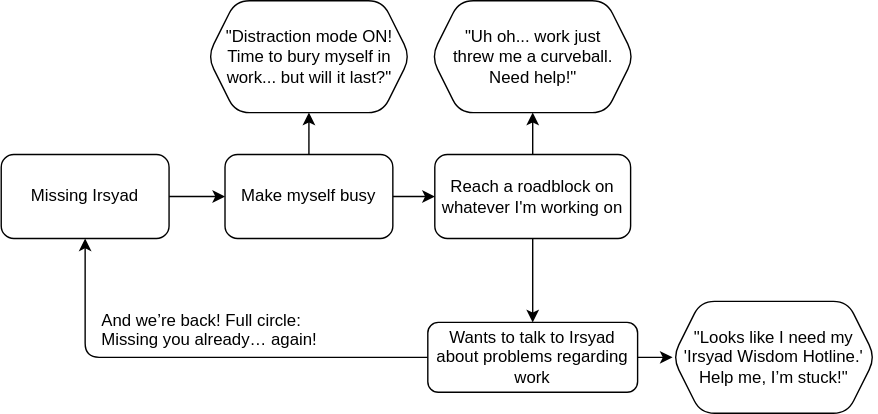
This is Untitled Diagram.drawio.svg from MaryVII/Flowchart, a draw.io export, as it was before one commit. Source tidied: cells renumbered, new cells last; positions are measured from the earlier drawing's top-left corner, leaving out a move shared by most shapes.
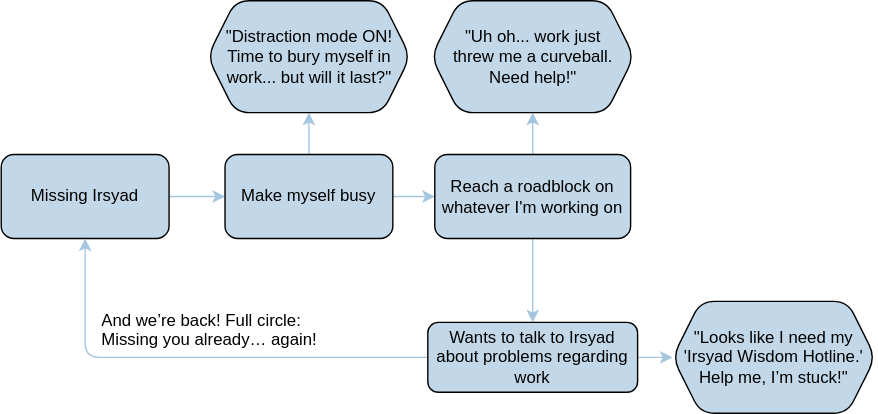
After the change.

The edit, as a diff of the source:
```diff
@@ -2,49 +2,49 @@
   <root>
     <mxCell id="0" />
     <mxCell id="1" parent="0" />
-    <mxCell id="2" style="edgeStyle=orthogonalEdgeStyle;rounded=1;jettySize=auto;html=1;labelBackgroundColor=none;fontColor=default;" parent="1" edge="1" source="3" target="6">
+    <mxCell id="2" style="edgeStyle=orthogonalEdgeStyle;rounded=1;jettySize=auto;html=1;labelBackgroundColor=none;fontColor=default;strokeColor=#23445D;" parent="1" edge="1" source="3" target="6">
       <mxGeometry relative="1" as="geometry" />
     </mxCell>
-    <mxCell id="3" value="Missing Irsyad" style="rounded=1;whiteSpace=wrap;html=1;labelBackgroundColor=none;" parent="1" vertex="1">
+    <mxCell id="3" value="Missing Irsyad" style="rounded=1;whiteSpace=wrap;html=1;labelBackgroundColor=none;fillColor=#182E3E;strokeColor=#FFFFFF;fontColor=#FFFFFF;" parent="1" vertex="1">
       <mxGeometry y="110" width="120" height="60" as="geometry" />
     </mxCell>
-    <mxCell id="4" style="edgeStyle=orthogonalEdgeStyle;rounded=1;jettySize=auto;html=1;labelBackgroundColor=none;fontColor=default;" parent="1" edge="1" source="6" target="9">
+    <mxCell id="4" style="edgeStyle=orthogonalEdgeStyle;rounded=1;jettySize=auto;html=1;labelBackgroundColor=none;fontColor=default;strokeColor=#23445D;" parent="1" edge="1" source="6" target="9">
       <mxGeometry relative="1" as="geometry" />
     </mxCell>
-    <mxCell id="5" style="edgeStyle=orthogonalEdgeStyle;rounded=1;jettySize=auto;html=1;labelBackgroundColor=none;fontColor=default;" parent="1" edge="1" source="6" target="13">
+    <mxCell id="5" style="edgeStyle=orthogonalEdgeStyle;rounded=1;jettySize=auto;html=1;labelBackgroundColor=none;fontColor=default;strokeColor=#23445D;" parent="1" edge="1" source="6" target="13">
       <mxGeometry relative="1" as="geometry" />
     </mxCell>
-    <mxCell id="6" value="Make myself busy" style="whiteSpace=wrap;html=1;rounded=1;labelBackgroundColor=none;" parent="1" vertex="1">
+    <mxCell id="6" value="Make myself busy" style="whiteSpace=wrap;html=1;rounded=1;labelBackgroundColor=none;fillColor=#182E3E;strokeColor=#FFFFFF;fontColor=#FFFFFF;" parent="1" vertex="1">
       <mxGeometry x="160" y="110" width="120" height="60" as="geometry" />
     </mxCell>
-    <mxCell id="7" style="edgeStyle=orthogonalEdgeStyle;rounded=1;jettySize=auto;html=1;labelBackgroundColor=none;fontColor=default;" parent="1" edge="1" source="9" target="12">
+    <mxCell id="7" style="edgeStyle=orthogonalEdgeStyle;rounded=1;jettySize=auto;html=1;labelBackgroundColor=none;fontColor=default;strokeColor=#23445D;" parent="1" edge="1" source="9" target="12">
       <mxGeometry relative="1" as="geometry" />
     </mxCell>
-    <mxCell id="8" style="edgeStyle=orthogonalEdgeStyle;rounded=1;jettySize=auto;html=1;labelBackgroundColor=none;fontColor=default;" parent="1" edge="1" source="9" target="14">
+    <mxCell id="8" style="edgeStyle=orthogonalEdgeStyle;rounded=1;jettySize=auto;html=1;labelBackgroundColor=none;fontColor=default;strokeColor=#23445D;" parent="1" edge="1" source="9" target="14">
       <mxGeometry relative="1" as="geometry" />
     </mxCell>
-    <mxCell id="9" value="Reach a roadblock on whatever I'm working on" style="whiteSpace=wrap;html=1;rounded=1;labelBackgroundColor=none;" parent="1" vertex="1">
+    <mxCell id="9" value="Reach a roadblock on whatever I'm working on" style="whiteSpace=wrap;html=1;rounded=1;labelBackgroundColor=none;fillColor=#182E3E;strokeColor=#FFFFFF;fontColor=#FFFFFF;" parent="1" vertex="1">
       <mxGeometry x="310" y="110" width="140" height="60" as="geometry" />
     </mxCell>
-    <mxCell id="10" style="edgeStyle=orthogonalEdgeStyle;rounded=1;jettySize=auto;html=1;entryX=0.5;entryY=1;entryDx=0;entryDy=0;labelBackgroundColor=none;fontColor=default;" parent="1" edge="1" source="12" target="3">
+    <mxCell id="10" style="edgeStyle=orthogonalEdgeStyle;rounded=1;jettySize=auto;html=1;entryX=0.5;entryY=1;entryDx=0;entryDy=0;labelBackgroundColor=none;fontColor=default;strokeColor=#23445D;" parent="1" edge="1" source="12" target="3">
       <mxGeometry relative="1" as="geometry" />
     </mxCell>
-    <mxCell id="11" style="edgeStyle=orthogonalEdgeStyle;rounded=1;jettySize=auto;html=1;labelBackgroundColor=none;fontColor=default;" parent="1" edge="1" source="12" target="15">
+    <mxCell id="11" style="edgeStyle=orthogonalEdgeStyle;rounded=1;jettySize=auto;html=1;labelBackgroundColor=none;fontColor=default;strokeColor=#23445D;" parent="1" edge="1" source="12" target="15">
       <mxGeometry relative="1" as="geometry" />
     </mxCell>
-    <mxCell id="12" value="Wants to talk to Irsyad about problems regarding work" style="whiteSpace=wrap;html=1;rounded=1;labelBackgroundColor=none;" parent="1" vertex="1">
+    <mxCell id="12" value="Wants to talk to Irsyad about problems regarding work" style="whiteSpace=wrap;html=1;rounded=1;labelBackgroundColor=none;fillColor=#182E3E;strokeColor=#FFFFFF;fontColor=#FFFFFF;" parent="1" vertex="1">
       <mxGeometry x="305" y="230" width="150" height="50" as="geometry" />
     </mxCell>
-    <mxCell id="13" value="&quot;Distraction mode ON! Time to bury myself in work... but will it last?&quot;" style="shape=hexagon;perimeter=hexagonPerimeter2;whiteSpace=wrap;html=1;fixedSize=1;rounded=1;labelBackgroundColor=none;" parent="1" vertex="1">
+    <mxCell id="13" value="&quot;Distraction mode ON! Time to bury myself in work... but will it last?&quot;" style="shape=hexagon;perimeter=hexagonPerimeter2;whiteSpace=wrap;html=1;fixedSize=1;rounded=1;labelBackgroundColor=none;fillColor=#182E3E;strokeColor=#FFFFFF;fontColor=#FFFFFF;" parent="1" vertex="1">
       <mxGeometry x="147.5" width="145" height="80" as="geometry" />
     </mxCell>
-    <mxCell id="14" value="&amp;nbsp;&quot;Uh oh... work just&amp;nbsp;&lt;div&gt;threw me a curveball.&lt;/div&gt;&lt;div&gt;Need help!&quot;&lt;/div&gt;" style="shape=hexagon;perimeter=hexagonPerimeter2;whiteSpace=wrap;html=1;fixedSize=1;rounded=1;labelBackgroundColor=none;" parent="1" vertex="1">
+    <mxCell id="14" value="&amp;nbsp;&quot;Uh oh... work just&amp;nbsp;&lt;div&gt;threw me a curveball.&lt;/div&gt;&lt;div&gt;Need help!&quot;&lt;/div&gt;" style="shape=hexagon;perimeter=hexagonPerimeter2;whiteSpace=wrap;html=1;fixedSize=1;rounded=1;labelBackgroundColor=none;fillColor=#182E3E;strokeColor=#FFFFFF;fontColor=#FFFFFF;" parent="1" vertex="1">
       <mxGeometry x="307.5" width="145" height="80" as="geometry" />
     </mxCell>
-    <mxCell id="15" value="&quot;Looks like I need my 'Irsyad Wisdom Hotline.' Help me, I’m stuck!&quot;" style="shape=hexagon;perimeter=hexagonPerimeter2;whiteSpace=wrap;html=1;fixedSize=1;rounded=1;labelBackgroundColor=none;" parent="1" vertex="1">
+    <mxCell id="15" value="&quot;Looks like I need my 'Irsyad Wisdom Hotline.' Help me, I’m stuck!&quot;" style="shape=hexagon;perimeter=hexagonPerimeter2;whiteSpace=wrap;html=1;fixedSize=1;rounded=1;labelBackgroundColor=none;fillColor=#182E3E;strokeColor=#FFFFFF;fontColor=#FFFFFF;" parent="1" vertex="1">
       <mxGeometry x="480" y="215" width="145" height="80" as="geometry" />
     </mxCell>
-    <mxCell id="16" value="&lt;h1 style=&quot;margin-top: 0px;&quot;&gt;&lt;br&gt;&lt;/h1&gt;&lt;p&gt;And we’re back! Full circle: Missing you already… again!&lt;br&gt;&lt;/p&gt;" style="text;html=1;whiteSpace=wrap;overflow=hidden;rounded=1;labelBackgroundColor=none;" parent="1" vertex="1">
+    <mxCell id="16" value="&lt;h1 style=&quot;margin-top: 0px;&quot;&gt;&lt;br&gt;&lt;/h1&gt;&lt;p&gt;And we’re back! Full circle: Missing you already… again!&lt;br&gt;&lt;/p&gt;" style="text;html=1;whiteSpace=wrap;overflow=hidden;rounded=1;labelBackgroundColor=none;fontColor=#FFFFFF;" parent="1" vertex="1">
       <mxGeometry x="70" y="170" width="180" height="120" as="geometry" />
     </mxCell>
   </root>
```
